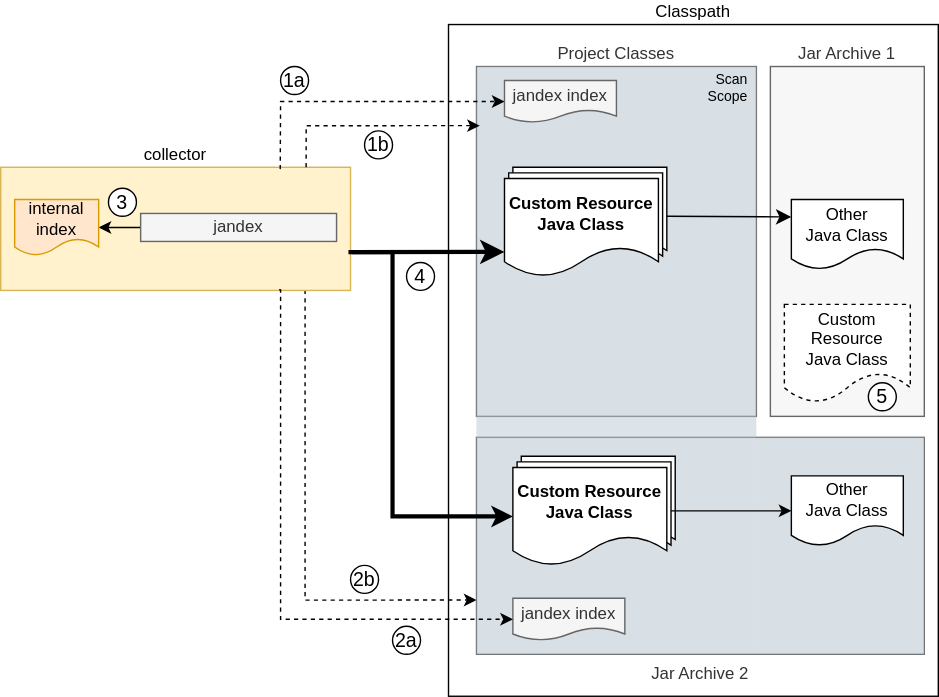
Earlier version of the draw.io export collector-extended-scan-scope.drawio.svg (baloo42/crd-generator-maven-plugin-docs-draft). Source tidied: cells renumbered, new cells last; positions are measured from the earlier drawing's top-left corner, leaving out a move shared by most shapes.
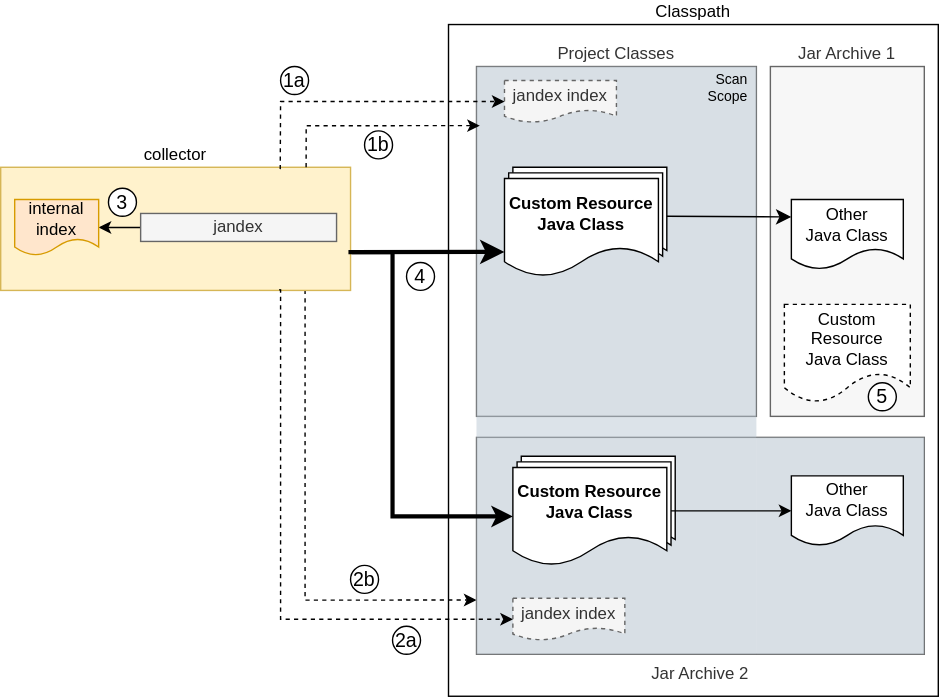
Later version of the same file.

Commit message:
Fix diagram and text

The edit, as a diff of the source:
```diff
@@ -60,7 +60,7 @@
     <mxCell id="19" value="Custom Resource&lt;br&gt;Java Class" style="shape=document;whiteSpace=wrap;html=1;boundedLbl=1;labelPosition=center;verticalLabelPosition=middle;align=center;verticalAlign=middle;fontStyle=1;" parent="1" vertex="1">
       <mxGeometry x="360" y="110" width="110" height="70" as="geometry" />
     </mxCell>
-    <mxCell id="20" value="jandex index" style="shape=document;whiteSpace=wrap;html=1;boundedLbl=1;fillColor=#f5f5f5;strokeColor=#666666;fontColor=#333333;" parent="1" vertex="1">
+    <mxCell id="20" value="jandex index" style="shape=document;whiteSpace=wrap;html=1;boundedLbl=1;fillColor=#f5f5f5;strokeColor=#666666;fontColor=#333333;dashed=1;" parent="1" vertex="1">
       <mxGeometry x="366" y="410" width="80" height="30" as="geometry" />
     </mxCell>
     <mxCell id="21" style="edgeStyle=orthogonalEdgeStyle;rounded=0;jettySize=auto;html=1;exitX=1.003;exitY=0.689;exitDx=0;exitDy=0;entryX=0;entryY=0.5;entryDx=0;entryDy=0;exitPerimeter=0;strokeWidth=3;" parent="1" edge="1" source="7" target="16">
@@ -109,7 +109,7 @@
     <mxCell id="32" value="5" style="ellipse;whiteSpace=wrap;html=1;fontSize=14;" parent="1" vertex="1">
       <mxGeometry x="620" y="256" width="20" height="20" as="geometry" />
     </mxCell>
-    <mxCell id="33" value="jandex index" style="shape=document;whiteSpace=wrap;html=1;boundedLbl=1;fillColor=#f5f5f5;strokeColor=#666666;fontColor=#333333;" parent="1" vertex="1">
+    <mxCell id="33" value="jandex index" style="shape=document;whiteSpace=wrap;html=1;boundedLbl=1;fillColor=#f5f5f5;strokeColor=#666666;fontColor=#333333;dashed=1;" parent="1" vertex="1">
       <mxGeometry x="360" y="40" width="80" height="30" as="geometry" />
     </mxCell>
     <mxCell id="34" value="Scan&lt;br style=&quot;font-size: 10px;&quot;&gt;Scope" style="text;html=1;align=right;verticalAlign=middle;whiteSpace=wrap;rounded=0;fontSize=10;fontStyle=0;" parent="1" vertex="1">
```
